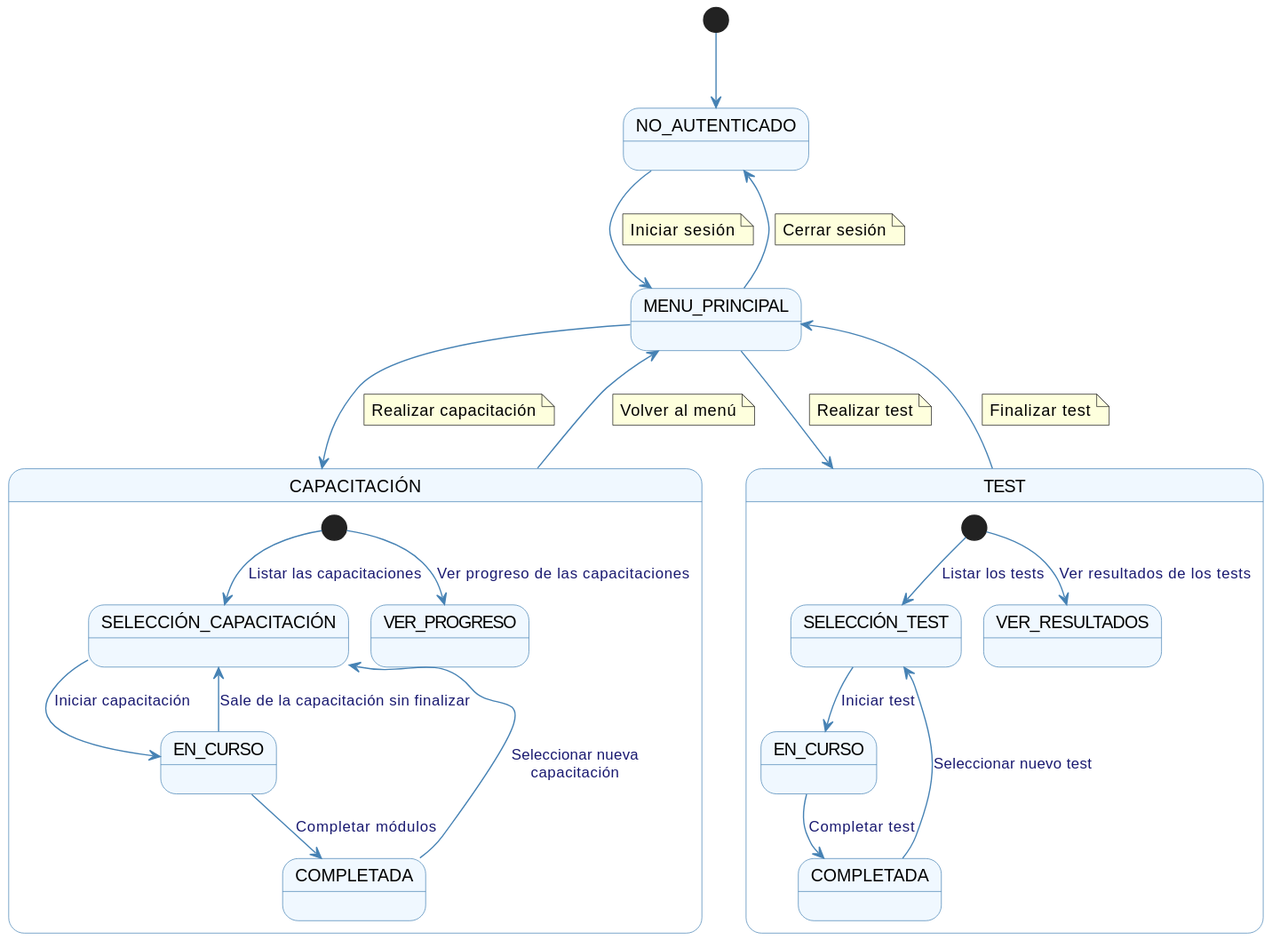
Before: documentos/imagenes/casos_de_uso/diagramas_contexto/diagrama_contexto_postulante.svg, a diagram exported from PlantUML (Dievex/24-25-IdSw1-SDR).
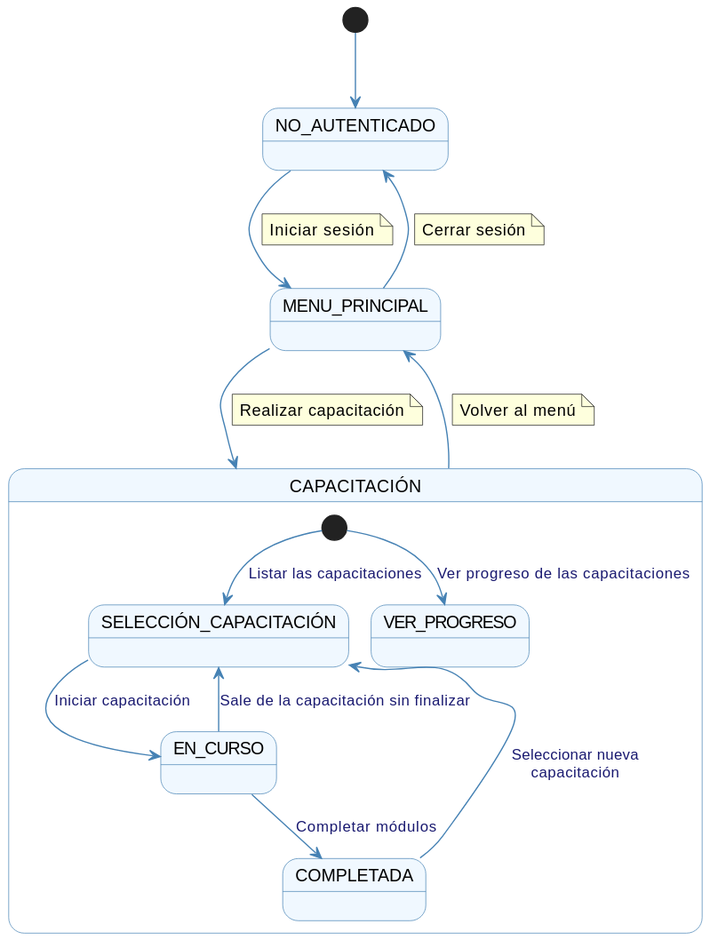
Above is the later version.

Diff of the diagram source:
```diff
@@ -26,19 +26,6 @@
     Completada --> SeleccionCap : Seleccionar nueva\ncapacitación
 }
 
-state "TEST" as Test {
-    state "SELECCIÓN_TEST" as SeleccionTest
-    state "EN_CURSO" as EnCursoTest
-    state "COMPLETADA" as CompletadaTest
-    state "VER_RESULTADOS" as VerRes
-
-    [*] --> SeleccionTest : Listar los tests
-    [*] --> VerRes : Ver resultados de los tests
-    SeleccionTest --> EnCursoTest : Iniciar test
-    EnCursoTest --> CompletadaTest : Completar test
-    CompletadaTest --> SeleccionTest : Seleccionar nuevo test
-}
-
 [*] --> NoAuth
 
 NoAuth --> Menu
@@ -51,11 +38,6 @@
         Cerrar sesión
     end note
 
-Menu --> Test
-    note on link
-        Realizar test
-    end note
-
 Menu --> Capacitacion
     note on link
         Realizar capacitación
@@ -65,9 +47,4 @@
     note on link
         Volver al menú
     end note
-
-Test --> Menu
-    note on link
-        Finalizar test
-    end note
 @enduml
```
